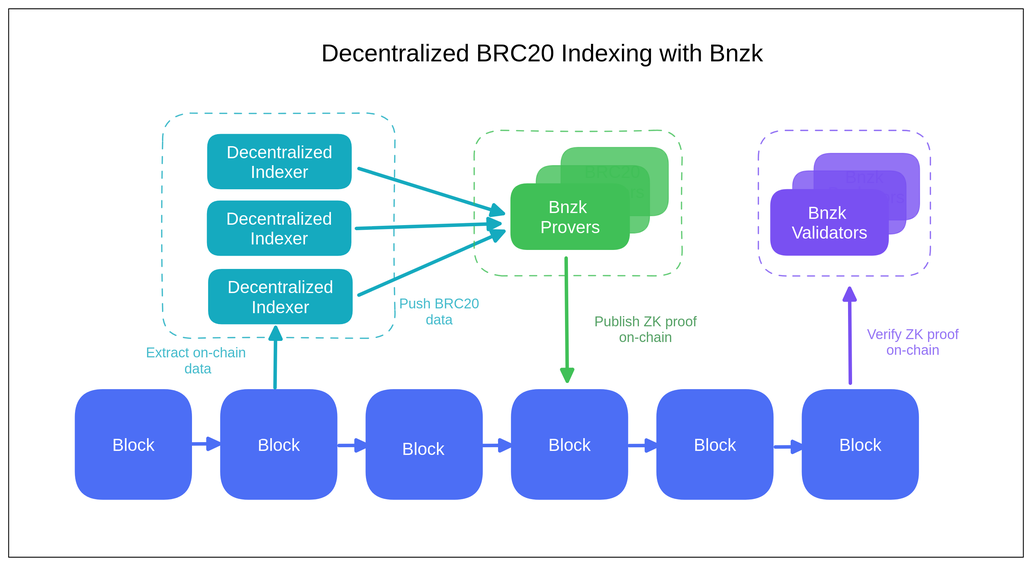
This is .gitbook/assets/file.excalidraw (1).svg from bnzk-labs/Bnzk-docs, a Excalidraw export, as it was before one commit. Source tidied: one line per element, renumbered; positions are measured from the earlier drawing's top-left corner, leaving out a move shared by most shapes.
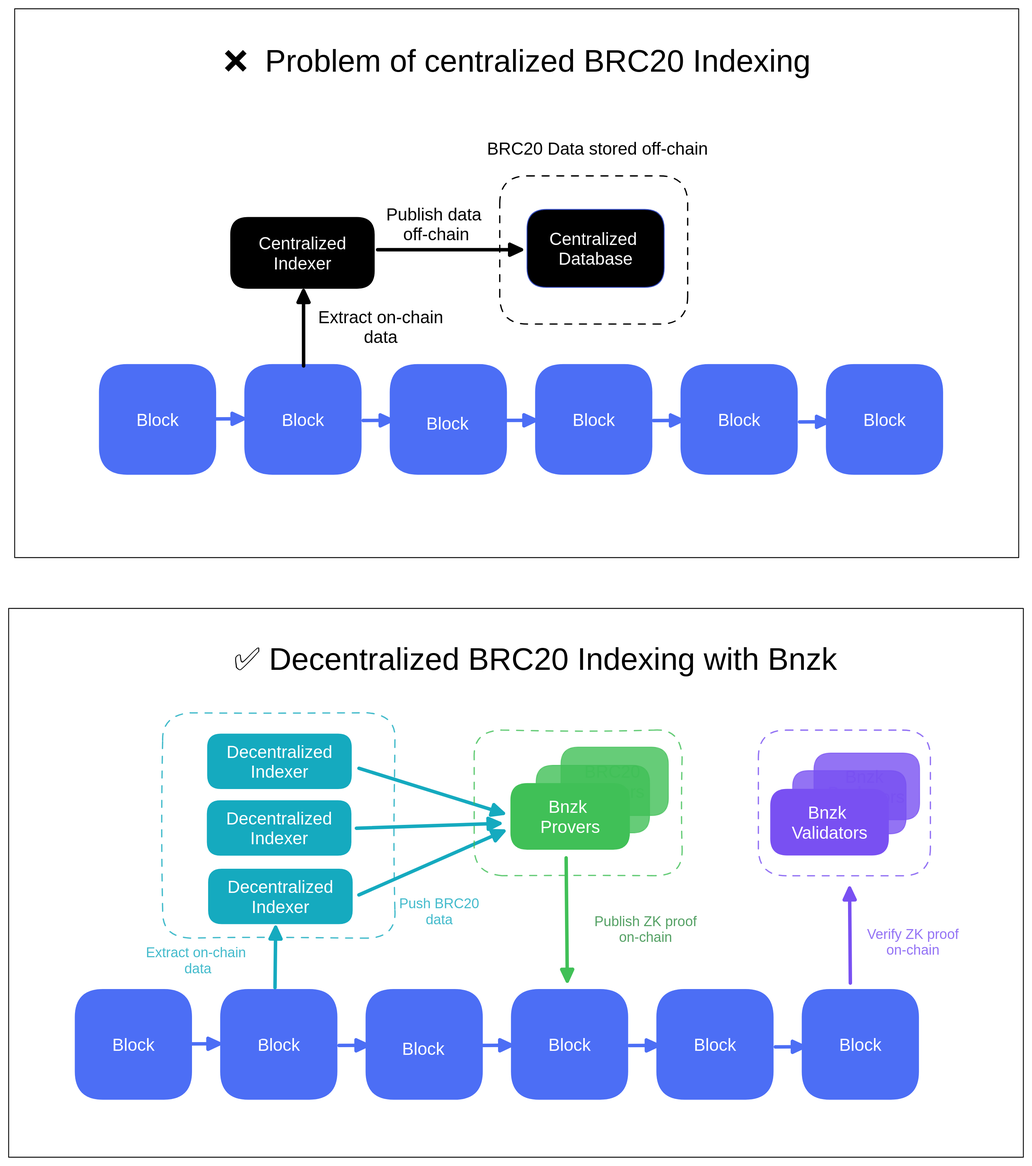
The same file after the commit.

What changed in the source:
```diff
@@ -29,7 +29,7 @@
 {"id": 28, "type": "arrow", "strokeColor": "#15aabf", "strokeWidth": 4, "roughness": 0, "endArrowhead": "triangle", "from": 26, "to": 24, "x": 405, "y": 185, "width": 167, "height": 52, "points": [[0, 0], [167, 52]]}
 {"id": 29, "type": "freedraw", "strokeColor": "#fff", "backgroundColor": "#364fc7", "fillStyle": "solid", "strokeWidth": 1, "roughness": 0, "x": 332, "y": 396, "width": 0, "height": 0, "points": [[0, 0], [0, 0]]}
 {"id": 30, "type": "rectangle", "strokeColor": "#000000", "strokeWidth": 1, "roughness": 0, "x": 0, "y": 0, "width": 1172, "height": 634}
-{"id": 31, "type": "text", "text": "Decentralized BRC20 Indexing with Bnzk", "strokeColor": "#000000", "strokeWidth": 1, "roughness": 0, "fontSize": 28, "fontFamily": 2, "x": 361, "y": 35, "width": 512, "height": 32}
+{"id": 31, "type": "text", "text": "✅ Decentralized BRC20 Indexing with Bnzk", "strokeColor": "#000000", "strokeWidth": 1, "roughness": 0, "fontSize": 36, "fontFamily": 2, "x": 260, "y": 35, "width": 704, "height": 48}
 {"id": 32, "type": "rectangle", "strokeColor": "#fff", "backgroundColor": "#15aabf", "fillStyle": "solid", "strokeWidth": 1, "roughness": 0, "round": true, "x": 228, "y": 221, "width": 168, "height": 65}
 {"id": 33, "type": "text", "text": "Decentralized\nIndexer", "strokeColor": "#fff", "backgroundColor": "#364fc7", "fillStyle": "solid", "strokeWidth": 1, "roughness": 0, "fontSize": 20, "fontFamily": 2, "textAlign": "center", "verticalAlign": "middle", "inside": 32, "x": 251, "y": 231, "width": 123, "height": 46}
 {"id": 34, "type": "rectangle", "strokeColor": "#fff", "backgroundColor": "#15aabf", "fillStyle": "solid", "strokeWidth": 1, "roughness": 0, "round": true, "x": 230, "y": 300, "width": 168, "height": 65}
@@ -52,3 +52,36 @@
 {"id": 51, "type": "rectangle", "strokeColor": "#7950f2", "strokeWidth": 1, "strokeStyle": "dashed", "roughness": 0, "opacity": 80, "round": true, "x": 866, "y": 141, "width": 199, "height": 168}
 {"id": 52, "type": "arrow", "strokeColor": "#7950f2", "strokeWidth": 4, "roughness": 0, "endArrowhead": "triangle", "from": 13, "to": 51, "x": 972, "y": 433, "width": 1, "height": 110, "points": [[0, 0], [-1, -110]]}
 {"id": 53, "type": "text", "text": "Verify ZK proof\non-chain", "strokeColor": "#7950f2", "backgroundColor": "#40c057", "fillStyle": "hachure", "strokeWidth": 1, "roughness": 1, "opacity": 80, "fontSize": 16, "fontFamily": 2, "textAlign": "center", "x": 991, "y": 366, "width": 107, "height": 37}
+{"id": 54, "type": "rectangle", "strokeColor": "#4c6ef5", "backgroundColor": "#4c6ef5", "fillStyle": "solid", "strokeWidth": 2, "roughness": 0, "round": true, "x": 105, "y": -281, "width": 133, "height": 126}
+{"id": 55, "type": "text", "text": "Block", "strokeColor": "#fff", "strokeWidth": 1, "roughness": 1, "fontSize": 20, "fontFamily": 2, "textAlign": "center", "verticalAlign": "middle", "inside": 54, "x": 147, "y": -230, "width": 51, "height": 23}
+{"id": 56, "type": "rectangle", "strokeColor": "#4c6ef5", "backgroundColor": "#4c6ef5", "fillStyle": "solid", "strokeWidth": 2, "roughness": 0, "round": true, "x": 273, "y": -281, "width": 133, "height": 126}
+{"id": 57, "type": "text", "text": "Block", "strokeColor": "#fff", "strokeWidth": 1, "roughness": 1, "fontSize": 20, "fontFamily": 2, "textAlign": "center", "verticalAlign": "middle", "inside": 56, "x": 314, "y": -230, "width": 51, "height": 23}
+{"id": 58, "type": "rectangle", "strokeColor": "#4c6ef5", "backgroundColor": "#4c6ef5", "fillStyle": "solid", "strokeWidth": 2, "roughness": 0, "round": true, "x": 441, "y": -281, "width": 133, "height": 126}
+{"id": 59, "type": "rectangle", "strokeColor": "#4c6ef5", "backgroundColor": "#4c6ef5", "fillStyle": "solid", "strokeWidth": 2, "roughness": 0, "round": true, "x": 609, "y": -281, "width": 133, "height": 126}
+{"id": 60, "type": "text", "text": "Block", "strokeColor": "#fff", "strokeWidth": 1, "roughness": 1, "fontSize": 20, "fontFamily": 2, "textAlign": "center", "verticalAlign": "middle", "inside": 59, "x": 650, "y": -230, "width": 51, "height": 23}
+{"id": 61, "type": "rectangle", "strokeColor": "#4c6ef5", "backgroundColor": "#4c6ef5", "fillStyle": "solid", "strokeWidth": 2, "roughness": 0, "round": true, "x": 777, "y": -281, "width": 133, "height": 126}
+{"id": 62, "type": "text", "text": "Block", "strokeColor": "#fff", "strokeWidth": 1, "roughness": 1, "fontSize": 20, "fontFamily": 2, "textAlign": "center", "verticalAlign": "middle", "inside": 61, "x": 818, "y": -230, "width": 51, "height": 23}
+{"id": 63, "type": "rectangle", "strokeColor": "#4c6ef5", "backgroundColor": "#4c6ef5", "fillStyle": "solid", "strokeWidth": 2, "roughness": 0, "round": true, "x": 945, "y": -281, "width": 133, "height": 126}
+{"id": 64, "type": "text", "text": "Block", "strokeColor": "#fff", "strokeWidth": 1, "roughness": 1, "fontSize": 20, "fontFamily": 2, "textAlign": "center", "verticalAlign": "middle", "inside": 63, "x": 986, "y": -230, "width": 51, "height": 23}
+{"id": 65, "type": "arrow", "strokeColor": "#4c6ef5", "strokeWidth": 4, "roughness": 0, "endArrowhead": "triangle", "to": 56, "x": 238, "y": -219, "width": 33, "height": 0, "points": [[0, 0], [33, 0]]}
+{"id": 66, "type": "arrow", "strokeColor": "#4c6ef5", "strokeWidth": 4, "roughness": 0, "endArrowhead": "triangle", "x": 291, "y": -229, "width": 33, "height": 0, "points": [[0, 0], [33, 0]]}
+{"id": 67, "type": "arrow", "strokeColor": "#4c6ef5", "strokeWidth": 4, "roughness": 0, "endArrowhead": "triangle", "from": 56, "x": 410, "y": -217, "width": 33, "height": 0, "points": [[0, 0], [33, 0]]}
+{"id": 68, "type": "arrow", "strokeColor": "#4c6ef5", "strokeWidth": 4, "roughness": 0, "endArrowhead": "triangle", "x": 490, "y": -214, "width": 33, "height": 0, "points": [[0, 0], [33, 0]]}
+{"id": 69, "type": "text", "text": "Block", "strokeColor": "#fff", "strokeWidth": 1, "roughness": 1, "fontSize": 20, "fontFamily": 2, "textAlign": "center", "verticalAlign": "middle", "inside": 68, "x": 481, "y": -225, "width": 51, "height": 23}
+{"id": 70, "type": "arrow", "strokeColor": "#4c6ef5", "strokeWidth": 4, "roughness": 0, "endArrowhead": "triangle", "from": 58, "to": 59, "x": 576, "y": -217, "width": 33, "height": 0, "points": [[0, 0], [33, 0]]}
+{"id": 71, "type": "arrow", "strokeColor": "#4c6ef5", "strokeWidth": 4, "roughness": 0, "endArrowhead": "triangle", "from": 59, "x": 745, "y": -217, "width": 33, "height": 0, "points": [[0, 0], [33, 0]]}
+{"id": 72, "type": "arrow", "strokeColor": "#4c6ef5", "strokeWidth": 4, "roughness": 0, "endArrowhead": "triangle", "x": 787, "y": -184, "width": 33, "height": 0, "points": [[0, 0], [33, 0]]}
+{"id": 73, "type": "arrow", "strokeColor": "#4c6ef5", "strokeWidth": 4, "roughness": 0, "endArrowhead": "triangle", "from": 61, "x": 914, "y": -215, "width": 33, "height": 0, "points": [[0, 0], [33, 0]]}
+{"id": 74, "type": "rectangle", "strokeColor": "#000", "strokeWidth": 1, "strokeStyle": "dashed", "roughness": 0, "round": true, "x": 567, "y": -500, "width": 217, "height": 171}
+{"id": 75, "type": "text", "text": "BRC20 Data stored off-chain", "strokeColor": "#000", "strokeWidth": 1, "strokeStyle": "dashed", "roughness": 0, "fontSize": 20, "fontFamily": 2, "x": 553, "y": -543, "width": 257, "height": 23}
+{"id": 76, "type": "rectangle", "strokeColor": "#364fc7", "backgroundColor": "#000", "fillStyle": "solid", "strokeWidth": 1, "roughness": 0, "round": true, "x": 599, "y": -461, "width": 158, "height": 90}
+{"id": 77, "type": "text", "text": "Centralized \nDatabase", "strokeColor": "#fff", "backgroundColor": "#364fc7", "fillStyle": "solid", "strokeWidth": 1, "roughness": 0, "fontSize": 20, "fontFamily": 2, "textAlign": "center", "verticalAlign": "middle", "inside": 76, "x": 624, "y": -439, "width": 108, "height": 46}
+{"id": 78, "type": "rectangle", "strokeColor": "#fff", "backgroundColor": "#000", "fillStyle": "solid", "strokeWidth": 1, "roughness": 0, "round": true, "x": 255, "y": -453, "width": 168, "height": 84}
+{"id": 79, "type": "text", "text": "Centralized\nIndexer", "strokeColor": "#fff", "backgroundColor": "#364fc7", "fillStyle": "solid", "strokeWidth": 1, "roughness": 0, "fontSize": 20, "fontFamily": 2, "textAlign": "center", "verticalAlign": "middle", "inside": 78, "x": 288, "y": -434, "width": 102, "height": 46}
+{"id": 80, "type": "arrow", "strokeColor": "#000", "strokeWidth": 4, "roughness": 0, "endArrowhead": "triangle", "to": 78, "x": 341, "y": -280, "width": 0, "height": 87, "points": [[0, 0], [0, -87]]}
+{"id": 81, "type": "arrow", "strokeColor": "#000", "strokeWidth": 4, "roughness": 0, "endArrowhead": "triangle", "from": 84, "to": 76, "x": 426, "y": -414, "width": 166, "height": 0, "points": [[0, 0], [166, 0]]}
+{"id": 82, "type": "freedraw", "strokeColor": "#fff", "backgroundColor": "#364fc7", "fillStyle": "solid", "strokeWidth": 1, "roughness": 0, "x": 360, "y": -327, "width": 0, "height": 0, "points": [[0, 0], [0, 0]]}
+{"id": 83, "type": "text", "text": "Extract on-chain\ndata", "strokeColor": "#000", "backgroundColor": "#364fc7", "fillStyle": "solid", "strokeWidth": 1, "roughness": 0, "fontSize": 20, "fontFamily": 2, "textAlign": "center", "x": 357, "y": -349, "width": 146, "height": 46}
+{"id": 84, "type": "text", "text": "Publish data \noff-chain", "strokeColor": "#000", "backgroundColor": "#364fc7", "fillStyle": "solid", "strokeWidth": 1, "roughness": 0, "fontSize": 20, "fontFamily": 2, "textAlign": "center", "x": 435, "y": -467, "width": 117, "height": 46}
+{"id": 85, "type": "rectangle", "strokeColor": "#000000", "strokeWidth": 1, "roughness": 0, "x": 7, "y": -693, "width": 1160, "height": 634}
+{"id": 86, "type": "text", "text": "❌  Problem of centralized BRC20 Indexing", "strokeColor": "#000000", "strokeWidth": 1, "roughness": 0, "fontSize": 36, "fontFamily": 2, "x": 249, "y": -656, "width": 688, "height": 48}
```
